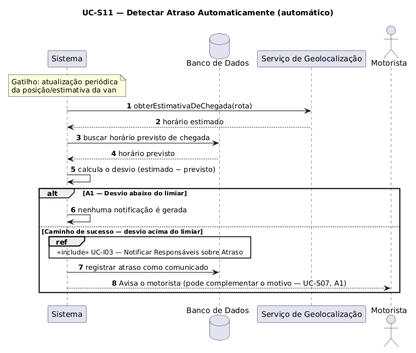
Before: documentos/atividade-04/imagens/UC-S11.png, a diagram exported from PlantUML (luisgustavoribeirodefreitas/VanTrack). The source it was exported from:
```plantuml
@startuml UC-S11
title UC-S11 — Detectar Atraso Automaticamente (automático)
skinparam sequenceMessageAlign center
autonumber

participant "Sistema" as S
database "Banco de Dados" as DB
participant "Serviço de Geolocalização" as Geo
actor "Motorista" as M

note over S : Gatilho: atualização periódica\nda posição/estimativa da van

S -> Geo : obterEstimativaDeChegada(rota)
Geo --> S : horário estimado
S -> DB : buscar horário previsto de chegada
DB --> S : horário previsto
S -> S : calcula o desvio (estimado − previsto)

alt A1 — Desvio abaixo do limiar
    S -> S : nenhuma notificação é gerada
else Caminho de sucesso — desvio acima do limiar
    ref over S, DB : «include» UC-I03 — Notificar Responsáveis sobre Atraso
    S -> DB : registrar atraso como comunicado
    S --> M : Avisa o motorista (pode complementar o motivo — UC-S07, A1)
end
@enduml
```
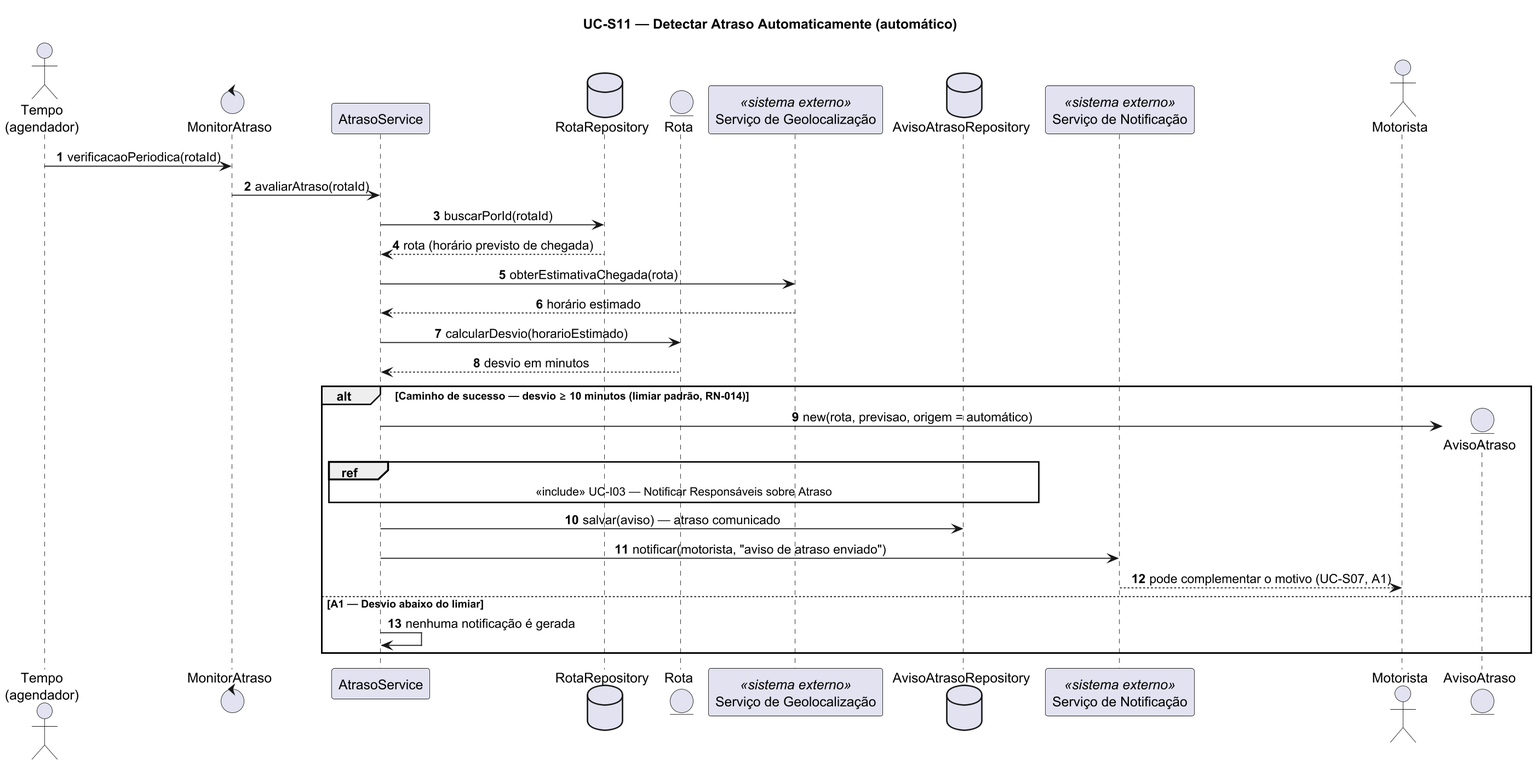
The same file after the commit.

Change to the diagram source:
```diff
@@ -1,26 +1,39 @@
 @startuml UC-S11
+skinparamlocked dpi 170
 title UC-S11 — Detectar Atraso Automaticamente (automático)
 skinparam sequenceMessageAlign center
+skinparam responseMessageBelowArrow true
 autonumber
 
-participant "Sistema" as S
-database "Banco de Dados" as DB
-participant "Serviço de Geolocalização" as Geo
+actor "Tempo\n(agendador)" as Tempo
+control "MonitorAtraso" as Mon
+participant "AtrasoService" as S
+database "RotaRepository" as RRepo
+entity "Rota" as R
+participant "Serviço de Geolocalização" as Geo <<sistema externo>>
+database "AvisoAtrasoRepository" as ARepo
+participant "Serviço de Notificação" as Push <<sistema externo>>
 actor "Motorista" as M
 
-note over S : Gatilho: atualização periódica\nda posição/estimativa da van
+Tempo -> Mon : verificacaoPeriodica(rotaId)
+Mon -> S : avaliarAtraso(rotaId)
+S -> RRepo : buscarPorId(rotaId)
+RRepo --> S : rota (horário previsto de chegada)
+S -> Geo : obterEstimativaChegada(rota)
+Geo --> S : horário estimado
+S -> R : calcularDesvio(horarioEstimado)
+R --> S : desvio em minutos
 
-S -> Geo : obterEstimativaDeChegada(rota)
-Geo --> S : horário estimado
-S -> DB : buscar horário previsto de chegada
-DB --> S : horário previsto
-S -> S : calcula o desvio (estimado − previsto)
+alt Caminho de sucesso — desvio ≥ 10 minutos (limiar padrão, RN-014)
+    create entity "AvisoAtraso" as A
+    S -> A : new(rota, previsao, origem = automático)
 
-alt A1 — Desvio abaixo do limiar
+    ref over S, ARepo : «include» UC-I03 — Notificar Responsáveis sobre Atraso
+
+    S -> ARepo : salvar(aviso) — atraso comunicado
+    S -> Push : notificar(motorista, "aviso de atraso enviado")
+    Push --> M : pode complementar o motivo (UC-S07, A1)
+else A1 — Desvio abaixo do limiar
     S -> S : nenhuma notificação é gerada
-else Caminho de sucesso — desvio acima do limiar
-    ref over S, DB : «include» UC-I03 — Notificar Responsáveis sobre Atraso
-    S -> DB : registrar atraso como comunicado
-    S --> M : Avisa o motorista (pode complementar o motivo — UC-S07, A1)
 end
 @enduml
```
